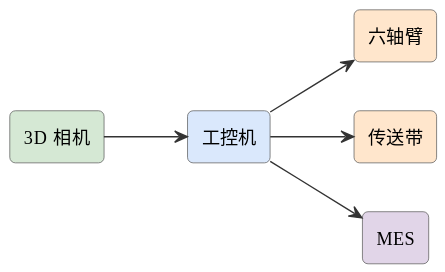
Before: assets/diagrams/ideas-fig70.svg, a diagram exported from PlantUML (mingyi0818/IntelligentMcuCourse). The source it was exported from:
```plantuml
@startuml
skinparam defaultFontName "Microsoft YaHei"
skinparam rectangleRoundCorner 8
skinparam rectangleBorderColor #555
skinparam rectangleFontSize 13
skinparam arrowFontSize 11
skinparam arrowColor #333
left to right direction
rectangle "3D 相机" as cam3 #d5e8d4
rectangle "工控机" as pc #dae8fc
rectangle "六轴臂" as arm #ffe6cc
rectangle "传送带" as conv #ffe6cc
rectangle "MES" as mes #e1d5e8
cam3 --> pc
pc --> arm
pc --> conv
pc --> mes
@enduml
```
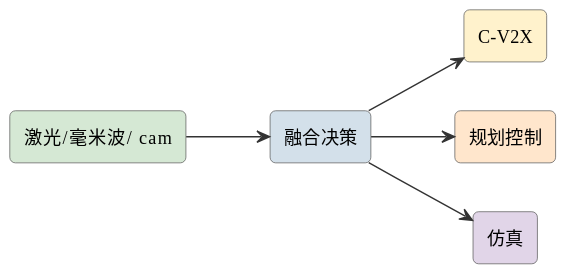
Later version of the same file.

Change to the diagram source:
```diff
@@ -6,13 +6,13 @@
 skinparam arrowFontSize 11
 skinparam arrowColor #333
 left to right direction
-rectangle "3D 相机" as cam3 #d5e8d4
-rectangle "工控机" as pc #dae8fc
-rectangle "六轴臂" as arm #ffe6cc
-rectangle "传送带" as conv #ffe6cc
-rectangle "MES" as mes #e1d5e8
-cam3 --> pc
-pc --> arm
-pc --> conv
-pc --> mes
+rectangle "激光/毫米波/ cam" as s #d5e8d4
+rectangle "融合决策" as fusion #d3e0ea
+rectangle "C-V2X" as v2x #fff2cc
+rectangle "规划控制" as ctrl #ffe6cc
+rectangle "仿真" as sim #e1d5e8
+s --> fusion
+fusion --> v2x
+fusion --> ctrl
+fusion --> sim
 @enduml
```
